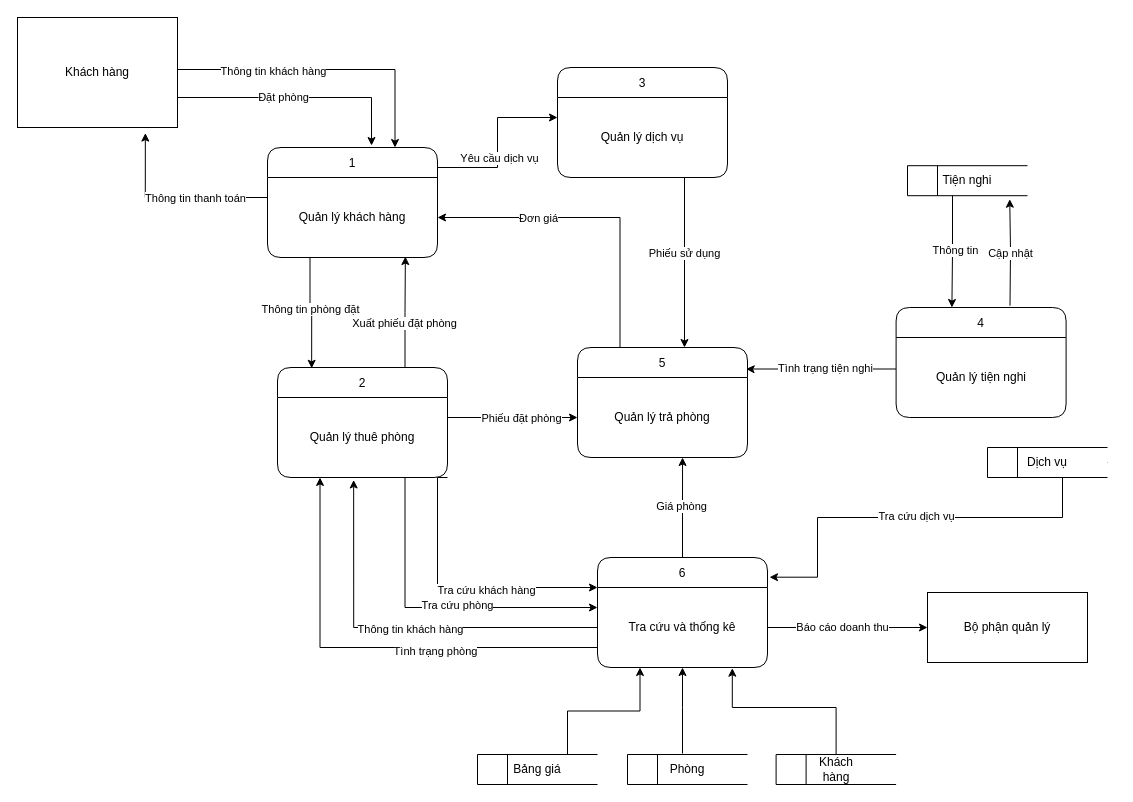
Above: DFD mức đỉnh.drawio in DatLe328/Git-practice (draw.io), before the change. Source tidied: cells renumbered, new cells numbered last; positions are measured from the earlier drawing's top-left corner, leaving out a move shared by most shapes. Both pictures are drawn from the tidied source at 100%, with x=0, y=0 at pixel (17, 17).
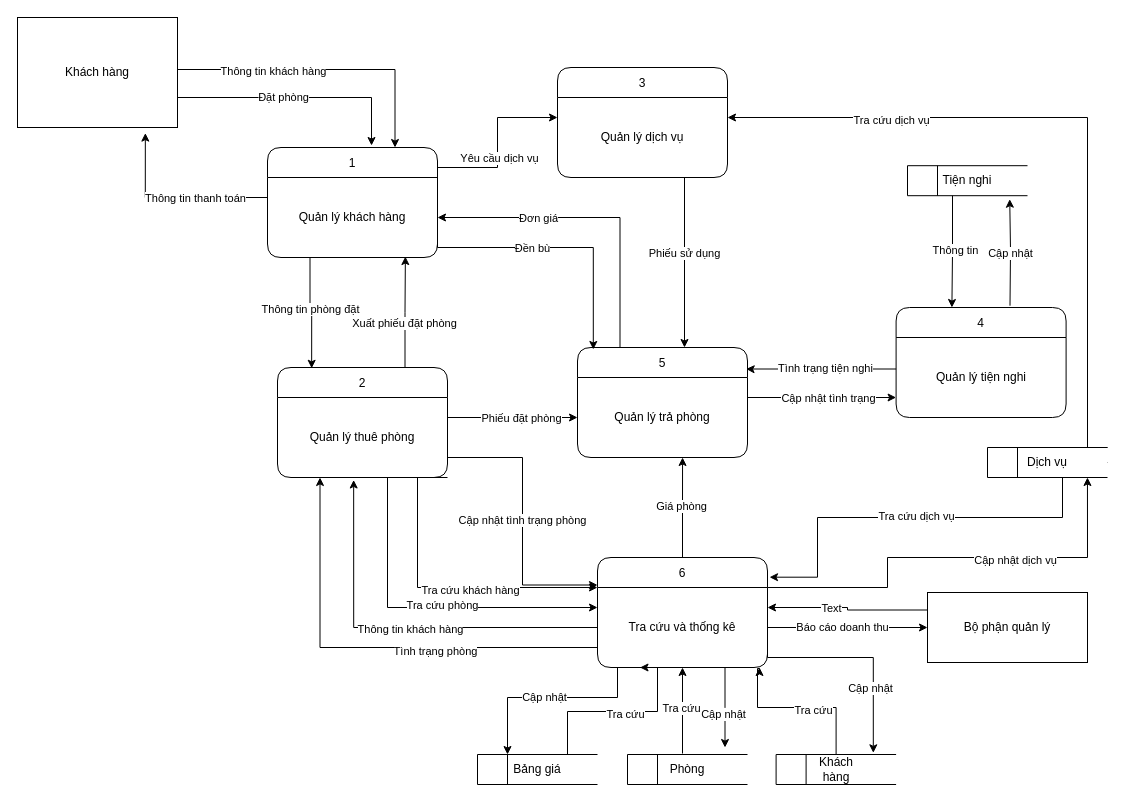
The same page after the edit.

Commit message (it also covers changes not shown here):
Cập nhật DFD mức đỉnh.drawio

Unchanged cells that the change refers to:
```xml
<mxCell id="3" value="Quản lý khách hàng" style="text;html=1;align=center;verticalAlign=middle;whiteSpace=wrap;rounded=0;" parent="2" vertex="1">
  <mxGeometry y="30" width="170" height="80" as="geometry" />
</mxCell>
<mxCell id="8" value="Quản lý dịch vụ" style="text;html=1;align=center;verticalAlign=middle;whiteSpace=wrap;rounded=0;" parent="7" vertex="1">
  <mxGeometry y="30" width="170" height="80" as="geometry" />
</mxCell>
<mxCell id="10" value="Quản lý thuê phòng" style="text;html=1;align=center;verticalAlign=middle;whiteSpace=wrap;rounded=0;" parent="9" vertex="1">
  <mxGeometry y="30" width="170" height="80" as="geometry" />
</mxCell>
<mxCell id="12" value="Quản lý tiện nghi" style="text;html=1;align=center;verticalAlign=middle;whiteSpace=wrap;rounded=0;" parent="11" vertex="1">
  <mxGeometry y="30" width="170" height="80" as="geometry" />
</mxCell>
<mxCell id="13" value="6" style="swimlane;fontStyle=0;horizontal=1;startSize=30;fillColor=#ffffff;swimlaneFillColor=#ffffff;rounded=1;" parent="1" vertex="1">
  <mxGeometry x="580" y="540" width="170" height="110" as="geometry" />
</mxCell>
<mxCell id="14" value="Tra cứu và thống kê" style="text;html=1;align=center;verticalAlign=middle;whiteSpace=wrap;rounded=0;" parent="13" vertex="1">
  <mxGeometry y="30" width="170" height="80" as="geometry" />
</mxCell>
<mxCell id="17" value="5" style="swimlane;fontStyle=0;horizontal=1;startSize=30;fillColor=#ffffff;swimlaneFillColor=#ffffff;rounded=1;" parent="1" vertex="1">
  <mxGeometry x="560" y="330" width="170" height="110" as="geometry" />
</mxCell>
<mxCell id="18" value="Quản lý trả phòng" style="text;html=1;align=center;verticalAlign=middle;whiteSpace=wrap;rounded=0;" parent="17" vertex="1">
  <mxGeometry y="30" width="170" height="80" as="geometry" />
</mxCell>
<mxCell id="21" style="html=1;dashed=0;whiteSpace=wrap;shape=mxgraph.dfd.dataStoreID;align=left;spacingLeft=3;points=[[0,0],[0.5,0],[1,0],[0,0.5],[1,0.5],[0,1],[0.5,1],[1,1]];" parent="1" vertex="1">
  <mxGeometry x="970" y="430" width="120" height="30" as="geometry" />
</mxCell>
<mxCell id="23" style="html=1;dashed=0;whiteSpace=wrap;shape=mxgraph.dfd.dataStoreID;align=left;spacingLeft=3;points=[[0,0],[0.5,0],[1,0],[0,0.5],[1,0.5],[0,1],[0.5,1],[1,1]];" parent="1" vertex="1">
  <mxGeometry x="758.6" y="737" width="120" height="30" as="geometry" />
</mxCell>
<mxCell id="24" value="Khách hàng" style="text;html=1;align=center;verticalAlign=middle;whiteSpace=wrap;rounded=0;" parent="1" vertex="1">
  <mxGeometry x="788.6" y="737" width="60" height="30" as="geometry" />
</mxCell>
<mxCell id="40" style="edgeStyle=orthogonalEdgeStyle;rounded=0;jettySize=auto;html=1;entryX=0.5;entryY=1;entryDx=0;entryDy=0;" parent="1" edge="1" target="14">
  <mxGeometry relative="1" as="geometry">
    <mxPoint x="665" y="736" as="sourcePoint" />
    <Array as="points">
      <mxPoint x="665" y="690" />
      <mxPoint x="665" y="690" />
    </Array>
  </mxGeometry>
</mxCell>
<mxCell id="61" value="Bảng giá" style="text;html=1;align=center;verticalAlign=middle;whiteSpace=wrap;rounded=0;" parent="1" vertex="1">
  <mxGeometry x="490" y="737" width="60" height="30" as="geometry" />
</mxCell>
<mxCell id="64" value="Bộ phận quản lý" style="html=1;dashed=0;whiteSpace=wrap;" parent="1" vertex="1">
  <mxGeometry x="910" y="575" width="160" height="70" as="geometry" />
</mxCell>
```

The edit, as a diff of the source:
```diff
@@
+    <mxCell id="67" style="edgeStyle=orthogonalEdgeStyle;rounded=0;jettySize=auto;html=1;exitX=0.75;exitY=1;exitDx=0;exitDy=0;" parent="13" edge="1" source="14">
+      <mxGeometry relative="1" as="geometry">
+        <mxPoint x="127.5" y="190" as="targetPoint" />
+      </mxGeometry>
+    </mxCell>
+    <mxCell id="68" value="Cập nhật" style="edgeLabel;html=1;align=center;verticalAlign=middle;" parent="67" vertex="1">
+      <mxGeometry x="0.16" y="-2" relative="1" as="geometry" />
+    </mxCell>
@@
+    <mxCell id="69" style="edgeStyle=orthogonalEdgeStyle;rounded=0;jettySize=auto;html=1;exitX=1;exitY=0;exitDx=0;exitDy=0;entryX=1;entryY=0.25;entryDx=0;entryDy=0;" parent="1" edge="1" source="21" target="8">
+      <mxGeometry relative="1" as="geometry">
+        <Array as="points">
+          <mxPoint x="1070" y="430" />
+          <mxPoint x="1070" y="100" />
+        </Array>
+      </mxGeometry>
+    </mxCell>
+    <mxCell id="70" value="Tra cứu dịch vụ" style="edgeLabel;html=1;align=center;verticalAlign=middle;" parent="69" vertex="1">
+      <mxGeometry x="0.54" y="2" relative="1" as="geometry" />
+    </mxCell>
@@
-    <mxCell id="25" style="edgeStyle=orthogonalEdgeStyle;rounded=0;jettySize=auto;html=1;exitX=0.5;exitY=0;exitDx=0;exitDy=0;entryX=0.793;entryY=1.009;entryDx=0;entryDy=0;entryPerimeter=0;" parent="1" edge="1" source="24" target="14">
+    <mxCell id="25" style="edgeStyle=orthogonalEdgeStyle;rounded=0;jettySize=auto;html=1;exitX=0.5;exitY=0;exitDx=0;exitDy=0;" parent="1" edge="1" source="24" target="14">
       <mxGeometry relative="1" as="geometry">
         <Array as="points">
           <mxPoint x="819" y="690" />
-          <mxPoint x="715" y="690" />
+          <mxPoint x="740" y="690" />
+          <mxPoint x="740" y="651" />
+          <mxPoint x="742" y="651" />
         </Array>
       </mxGeometry>
     </mxCell>
+    <mxCell id="71" value="Tra cứu" style="edgeLabel;html=1;align=center;verticalAlign=middle;" parent="25" vertex="1">
+      <mxGeometry x="-0.17" y="2" relative="1" as="geometry" />
+    </mxCell>
@@
+    <mxCell id="72" value="Tra cứu" style="edgeLabel;html=1;align=center;verticalAlign=middle;" parent="40" vertex="1">
+      <mxGeometry x="0.06" y="2" relative="1" as="geometry" />
+    </mxCell>
     <mxCell id="41" style="edgeStyle=orthogonalEdgeStyle;rounded=0;jettySize=auto;html=1;exitX=0.75;exitY=1;exitDx=0;exitDy=0;entryX=0;entryY=0.25;entryDx=0;entryDy=0;" parent="1" edge="1" source="10" target="14">
       <mxGeometry relative="1" as="geometry">
         <Array as="points">
-          <mxPoint x="387" y="590" />
+          <mxPoint x="370" y="460" />
+          <mxPoint x="370" y="590" />
         </Array>
       </mxGeometry>
     </mxCell>
@@
     <mxCell id="53" style="edgeStyle=orthogonalEdgeStyle;rounded=0;jettySize=auto;html=1;exitX=1;exitY=1;exitDx=0;exitDy=0;entryX=0;entryY=0;entryDx=0;entryDy=0;" parent="1" edge="1" source="10" target="14">
       <mxGeometry relative="1" as="geometry">
         <Array as="points">
-          <mxPoint x="420" y="460" />
-          <mxPoint x="420" y="570" />
+          <mxPoint x="400" y="460" />
+          <mxPoint x="400" y="570" />
         </Array>
       </mxGeometry>
     </mxCell>
@@
     <mxCell id="59" style="edgeStyle=orthogonalEdgeStyle;rounded=0;jettySize=auto;html=1;exitX=1;exitY=0;exitDx=0;exitDy=0;entryX=0.25;entryY=1;entryDx=0;entryDy=0;" parent="1" edge="1" source="61" target="14">
-      <mxGeometry relative="1" as="geometry" />
+      <mxGeometry relative="1" as="geometry">
+        <Array as="points">
+          <mxPoint x="550" y="694" />
+          <mxPoint x="640" y="694" />
+          <mxPoint x="640" y="650" />
+        </Array>
+      </mxGeometry>
     </mxCell>
+    <mxCell id="73" value="Tra cứu" style="edgeLabel;html=1;align=center;verticalAlign=middle;" parent="59" vertex="1">
+      <mxGeometry x="0.03" y="-2" relative="1" as="geometry" />
+    </mxCell>
@@
+    <mxCell id="74" style="edgeStyle=orthogonalEdgeStyle;rounded=0;jettySize=auto;html=1;exitX=0;exitY=0.25;exitDx=0;exitDy=0;entryX=1;entryY=0.25;entryDx=0;entryDy=0;" parent="1" edge="1" source="64" target="14">
+      <mxGeometry relative="1" as="geometry" />
+    </mxCell>
+    <mxCell id="75" value="Text" style="edgeLabel;html=1;align=center;verticalAlign=middle;" parent="74" vertex="1">
+      <mxGeometry x="0.22" relative="1" as="geometry" />
+    </mxCell>
@@
+    <mxCell id="76" style="edgeStyle=orthogonalEdgeStyle;rounded=0;jettySize=auto;html=1;exitX=1;exitY=0.75;exitDx=0;exitDy=0;entryX=0;entryY=0.25;entryDx=0;entryDy=0;" parent="1" edge="1" source="10" target="13">
+      <mxGeometry relative="1" as="geometry" />
+    </mxCell>
+    <mxCell id="77" value="Cập nhật tình trạng phòng" style="edgeLabel;html=1;align=center;verticalAlign=middle;" parent="76" vertex="1">
+      <mxGeometry x="-0.01" y="-1" relative="1" as="geometry" />
+    </mxCell>
+    <mxCell id="78" style="edgeStyle=orthogonalEdgeStyle;rounded=0;jettySize=auto;html=1;exitX=1;exitY=0.75;exitDx=0;exitDy=0;entryX=0.81;entryY=-0.056;entryDx=0;entryDy=0;entryPerimeter=0;" parent="1" edge="1" source="14" target="23">
+      <mxGeometry relative="1" as="geometry">
+        <Array as="points">
+          <mxPoint x="750" y="640" />
+          <mxPoint x="856" y="640" />
+        </Array>
+      </mxGeometry>
+    </mxCell>
+    <mxCell id="79" value="Cập nhật" style="edgeLabel;html=1;align=center;verticalAlign=middle;" parent="78" vertex="1">
+      <mxGeometry x="0.38" y="-3" relative="1" as="geometry" />
+    </mxCell>
+    <mxCell id="80" style="edgeStyle=orthogonalEdgeStyle;rounded=0;jettySize=auto;html=1;exitX=0.25;exitY=1;exitDx=0;exitDy=0;entryX=0;entryY=0;entryDx=0;entryDy=0;" parent="1" edge="1" source="14" target="61">
+      <mxGeometry relative="1" as="geometry">
+        <Array as="points">
+          <mxPoint x="600" y="650" />
+          <mxPoint x="600" y="680" />
+          <mxPoint x="490" y="680" />
+        </Array>
+      </mxGeometry>
+    </mxCell>
+    <mxCell id="81" value="Cập nhật" style="edgeLabel;html=1;align=center;verticalAlign=middle;" parent="80" vertex="1">
+      <mxGeometry x="0.15" y="-1" relative="1" as="geometry" />
+    </mxCell>
+    <mxCell id="82" style="edgeStyle=orthogonalEdgeStyle;rounded=0;jettySize=auto;html=1;exitX=1;exitY=0.25;exitDx=0;exitDy=0;entryX=0;entryY=0.75;entryDx=0;entryDy=0;" parent="1" edge="1" source="18" target="12">
+      <mxGeometry relative="1" as="geometry" />
+    </mxCell>
+    <mxCell id="83" value="Cập nhật tình trạng" style="edgeLabel;html=1;align=center;verticalAlign=middle;" parent="82" vertex="1">
+      <mxGeometry x="0.29" y="-1" relative="1" as="geometry">
+        <mxPoint x="-16" y="-1" as="offset" />
+      </mxGeometry>
+    </mxCell>
+    <mxCell id="84" style="edgeStyle=orthogonalEdgeStyle;rounded=0;jettySize=auto;html=1;exitX=1;exitY=0;exitDx=0;exitDy=0;entryX=0.833;entryY=1;entryDx=0;entryDy=0;entryPerimeter=0;" parent="1" edge="1" source="14" target="21">
+      <mxGeometry relative="1" as="geometry">
+        <Array as="points">
+          <mxPoint x="870" y="570" />
+          <mxPoint x="870" y="540" />
+          <mxPoint x="1070" y="540" />
+        </Array>
+      </mxGeometry>
+    </mxCell>
+    <mxCell id="85" value="Cập nhật dịch vụ" style="edgeLabel;html=1;align=center;verticalAlign=middle;" parent="84" vertex="1">
+      <mxGeometry x="0.29" y="-2" relative="1" as="geometry" />
+    </mxCell>
+    <mxCell id="86" style="edgeStyle=orthogonalEdgeStyle;rounded=0;jettySize=auto;html=1;exitX=1;exitY=0.75;exitDx=0;exitDy=0;entryX=0.093;entryY=0.018;entryDx=0;entryDy=0;entryPerimeter=0;" parent="1" edge="1" source="3" target="17">
+      <mxGeometry relative="1" as="geometry">
+        <Array as="points">
+          <mxPoint x="420" y="230" />
+          <mxPoint x="576" y="230" />
+        </Array>
+      </mxGeometry>
+    </mxCell>
+    <mxCell id="87" value="Đền bù" style="edgeLabel;html=1;align=center;verticalAlign=middle;" parent="86" vertex="1">
+      <mxGeometry x="-0.22" relative="1" as="geometry" />
+    </mxCell>
```
